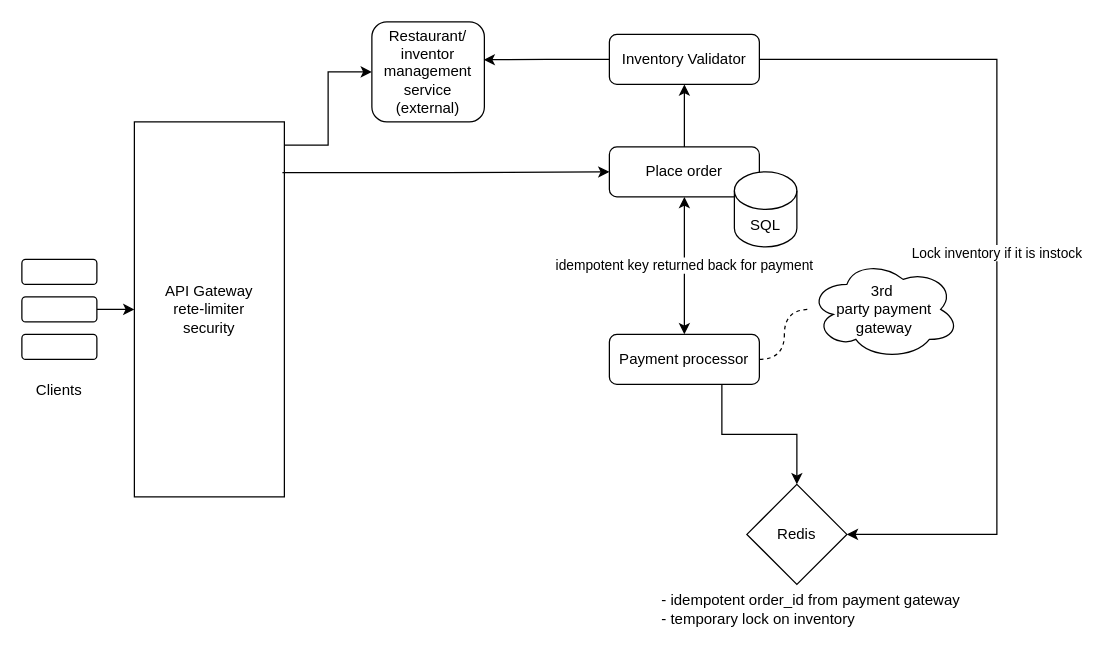
Above: HLD-drawings/order_management.drawio in harirehm/draw.io (draw.io), before the change. Source tidied: cells renumbered, new cells numbered last; positions are measured from the earlier drawing's top-left corner, leaving out a move shared by most shapes. Both pictures are drawn from the tidied source at 125%, with x=0, y=0 at pixel (21, 21).
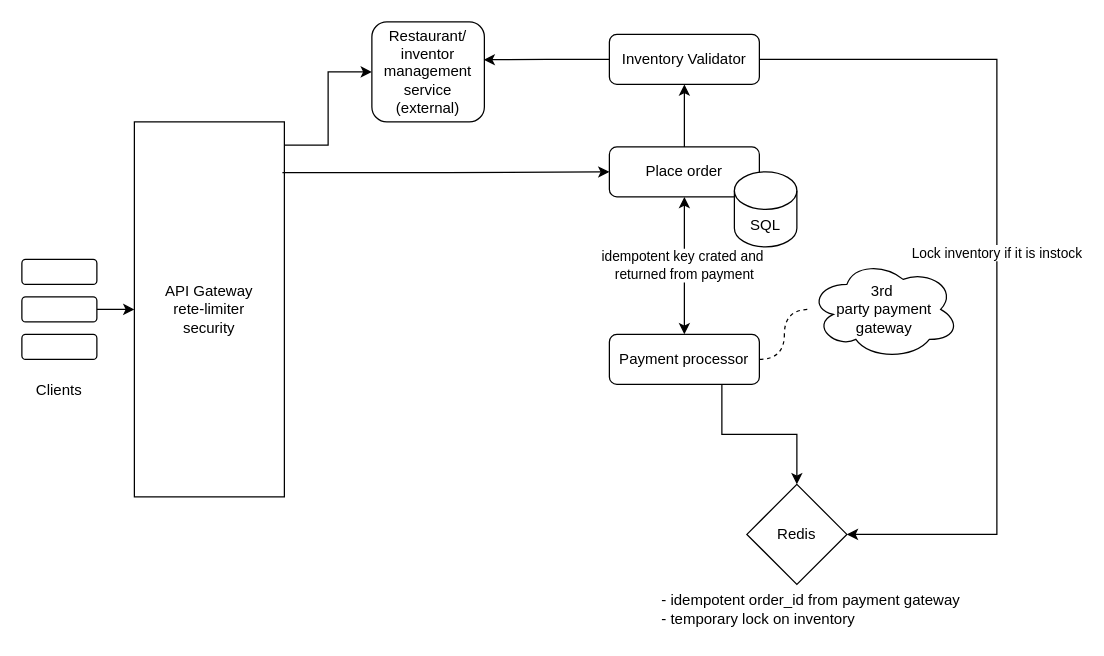
Above is the later version.

Unchanged cells that the change refers to:
```xml
<mxCell id="13" value="Place order" style="rounded=1;whiteSpace=wrap;html=1;" parent="1" vertex="1">
  <mxGeometry x="470" y="100" width="120" height="40" as="geometry" />
</mxCell>
<mxCell id="17" value="Payment processor" style="rounded=1;whiteSpace=wrap;html=1;" parent="1" vertex="1">
  <mxGeometry x="470" y="250" width="120" height="40" as="geometry" />
</mxCell>
```

The edit, as a diff of the source:
```diff
@@
-    <mxCell id="11" value="idempotent key returned back for payment" style="edgeStyle=orthogonalEdgeStyle;rounded=0;jettySize=auto;html=1;startArrow=classic;startFill=1;" parent="1" edge="1" source="13" target="17">
+    <mxCell id="11" value="idempotent key crated and&amp;nbsp;&lt;div&gt;returned from payment&lt;/div&gt;" style="edgeStyle=orthogonalEdgeStyle;rounded=0;jettySize=auto;html=1;startArrow=classic;startFill=1;" parent="1" edge="1" source="13" target="17">
       <mxGeometry relative="1" as="geometry" />
     </mxCell>
```
